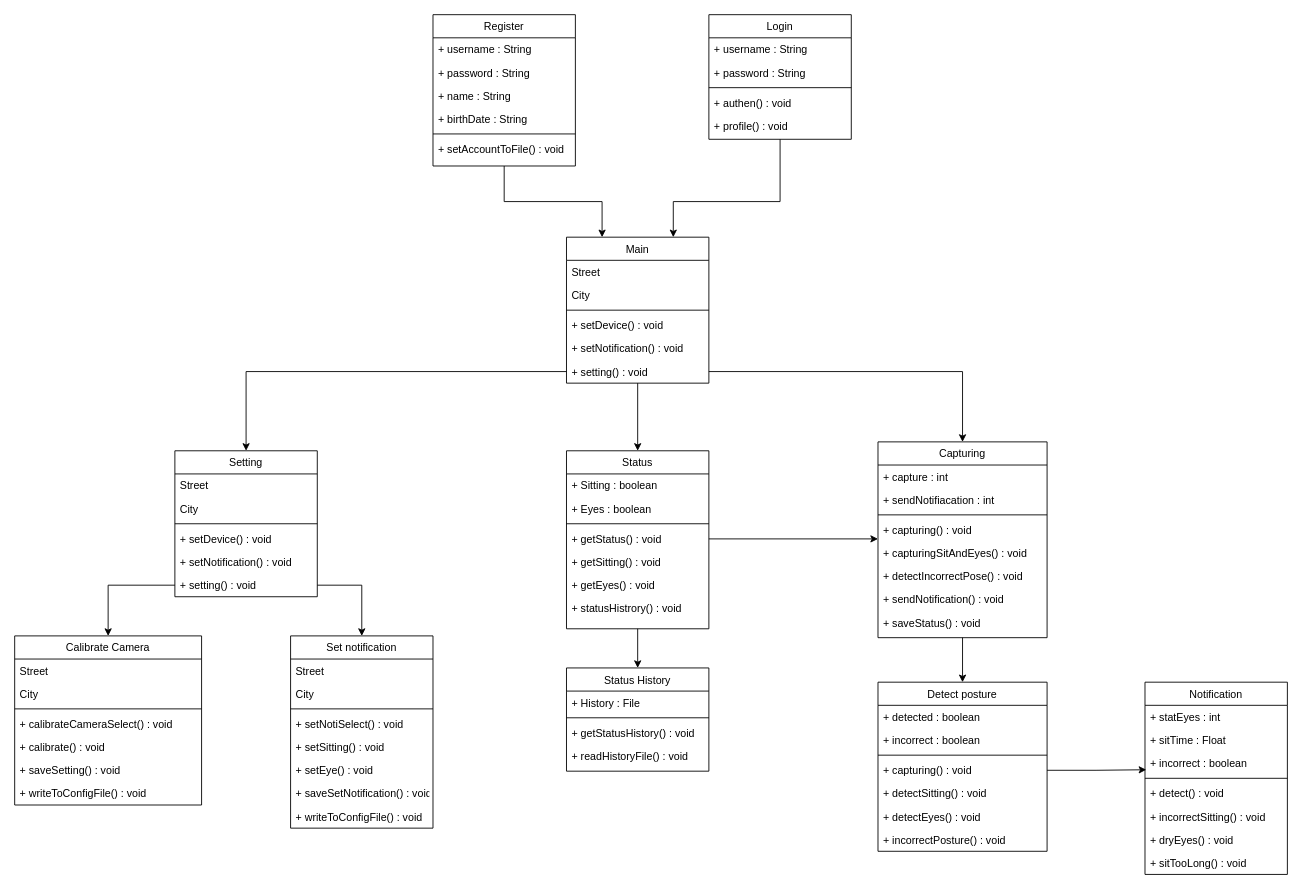
This is Design/Class_Diagram.drawio from astrrr/Right-posture, a draw.io file, before an edit. Source tidied: cells renumbered, new cells numbered last; positions are measured from the earlier drawing's top-left corner, leaving out a move shared by most shapes. Both pictures are drawn from the tidied source at 89%, with x=0, y=0 at pixel (14, 14).
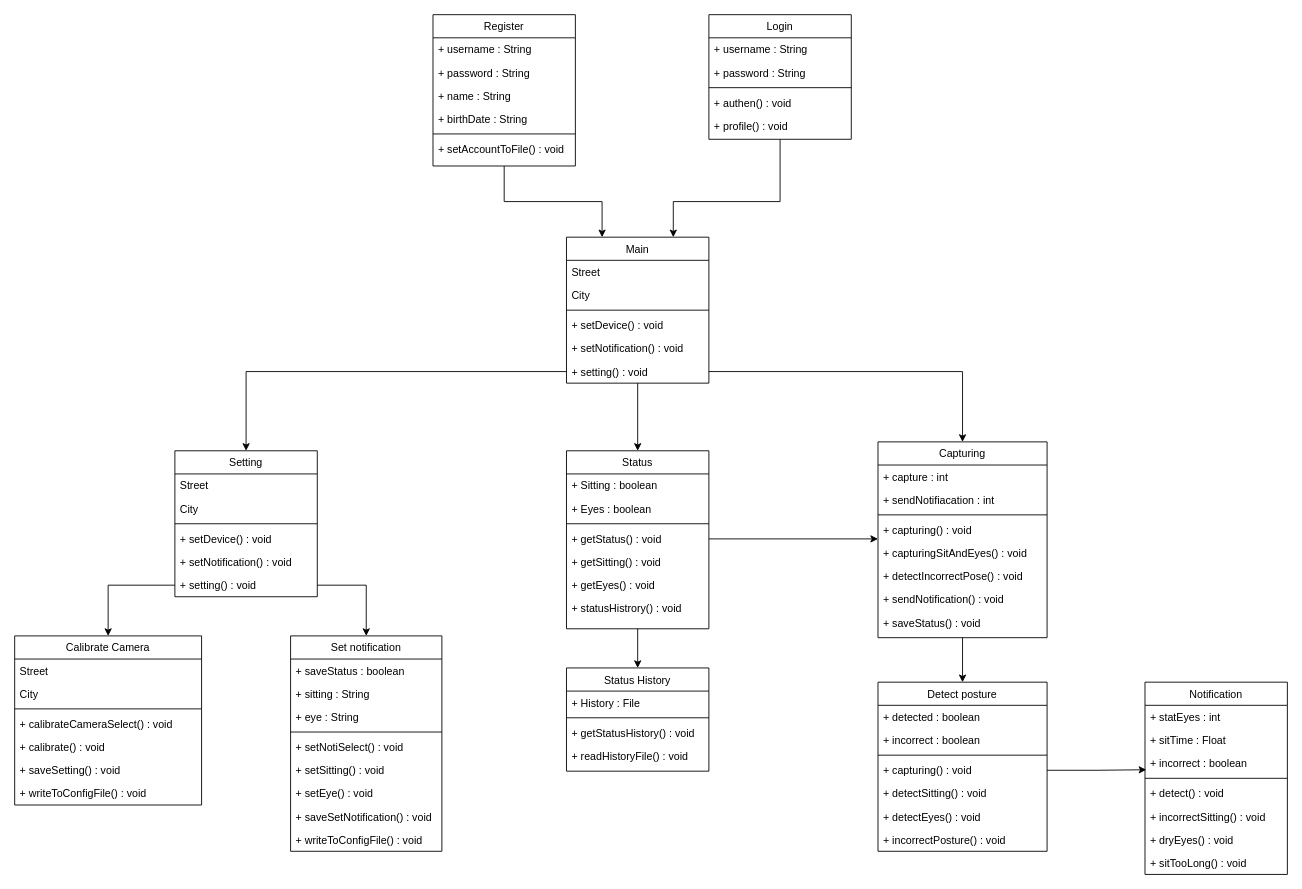
Above is the later version.

Commit message:
Attr. Set notification Class_Diagram.drawio

Diff of the diagram source:
```diff
@@
     <mxCell id="41" value="Set notification" style="swimlane;fontStyle=0;align=center;verticalAlign=top;horizontal=1;startSize=26;rounded=0;shadow=0;strokeWidth=1;" parent="1" vertex="1">
-      <mxGeometry x="310" y="698" width="160" height="216" as="geometry" />
+      <mxGeometry x="310" y="698" width="170" height="242" as="geometry" />
     </mxCell>
+    <mxCell id="43" value="+ saveStatus : boolean" style="text;align=left;verticalAlign=top;spacingLeft=4;spacingRight=4;overflow=hidden;rounded=0;shadow=0;html=0;" parent="41" vertex="1">
+      <mxGeometry y="26" width="170" height="26" as="geometry" />
+    </mxCell>
-    <mxCell id="42" value="Street" style="text;align=left;verticalAlign=top;spacingLeft=4;spacingRight=4;overflow=hidden;" parent="41" vertex="1">
-      <mxGeometry y="26" width="160" height="26" as="geometry" />
+    <mxCell id="42" value="+ sitting : String" style="text;align=left;verticalAlign=top;spacingLeft=4;spacingRight=4;overflow=hidden;" parent="41" vertex="1">
+      <mxGeometry y="52" width="170" height="26" as="geometry" />
     </mxCell>
-    <mxCell id="43" value="City" style="text;align=left;verticalAlign=top;spacingLeft=4;spacingRight=4;overflow=hidden;rounded=0;shadow=0;html=0;" parent="41" vertex="1">
-      <mxGeometry y="52" width="160" height="26" as="geometry" />
-    </mxCell>
+    <mxCell id="96" value="+ eye : String" style="text;align=left;verticalAlign=top;spacingLeft=4;spacingRight=4;overflow=hidden;" parent="41" vertex="1">
+      <mxGeometry y="78" width="170" height="26" as="geometry" />
+    </mxCell>
     <mxCell id="44" style="line;html=1;strokeWidth=1;align=left;verticalAlign=middle;spacingTop=-1;spacingLeft=3;spacingRight=3;labelPosition=right;" parent="41" vertex="1">
-      <mxGeometry y="78" width="160" height="8" as="geometry" />
+      <mxGeometry y="104" width="170" height="8" as="geometry" />
     </mxCell>
     <mxCell id="45" value="+ setNotiSelect() : void" style="text;align=left;verticalAlign=top;spacingLeft=4;spacingRight=4;overflow=hidden;" parent="41" vertex="1">
-      <mxGeometry y="86" width="160" height="26" as="geometry" />
+      <mxGeometry y="112" width="170" height="26" as="geometry" />
     </mxCell>
     <mxCell id="46" value="+ setSitting() : void" style="text;align=left;verticalAlign=top;spacingLeft=4;spacingRight=4;overflow=hidden;" parent="41" vertex="1">
-      <mxGeometry y="112" width="160" height="26" as="geometry" />
+      <mxGeometry y="138" width="170" height="26" as="geometry" />
     </mxCell>
     <mxCell id="47" value="+ setEye() : void" style="text;align=left;verticalAlign=top;spacingLeft=4;spacingRight=4;overflow=hidden;" parent="41" vertex="1">
-      <mxGeometry y="138" width="160" height="26" as="geometry" />
+      <mxGeometry y="164" width="170" height="26" as="geometry" />
     </mxCell>
     <mxCell id="48" value="+ saveSetNotification() : void" style="text;align=left;verticalAlign=top;spacingLeft=4;spacingRight=4;overflow=hidden;" parent="41" vertex="1">
-      <mxGeometry y="164" width="160" height="26" as="geometry" />
+      <mxGeometry y="190" width="170" height="26" as="geometry" />
     </mxCell>
     <mxCell id="49" value="+ writeToConfigFile() : void" style="text;align=left;verticalAlign=top;spacingLeft=4;spacingRight=4;overflow=hidden;" parent="41" vertex="1">
-      <mxGeometry y="190" width="160" height="26" as="geometry" />
+      <mxGeometry y="216" width="170" height="26" as="geometry" />
     </mxCell>
```
